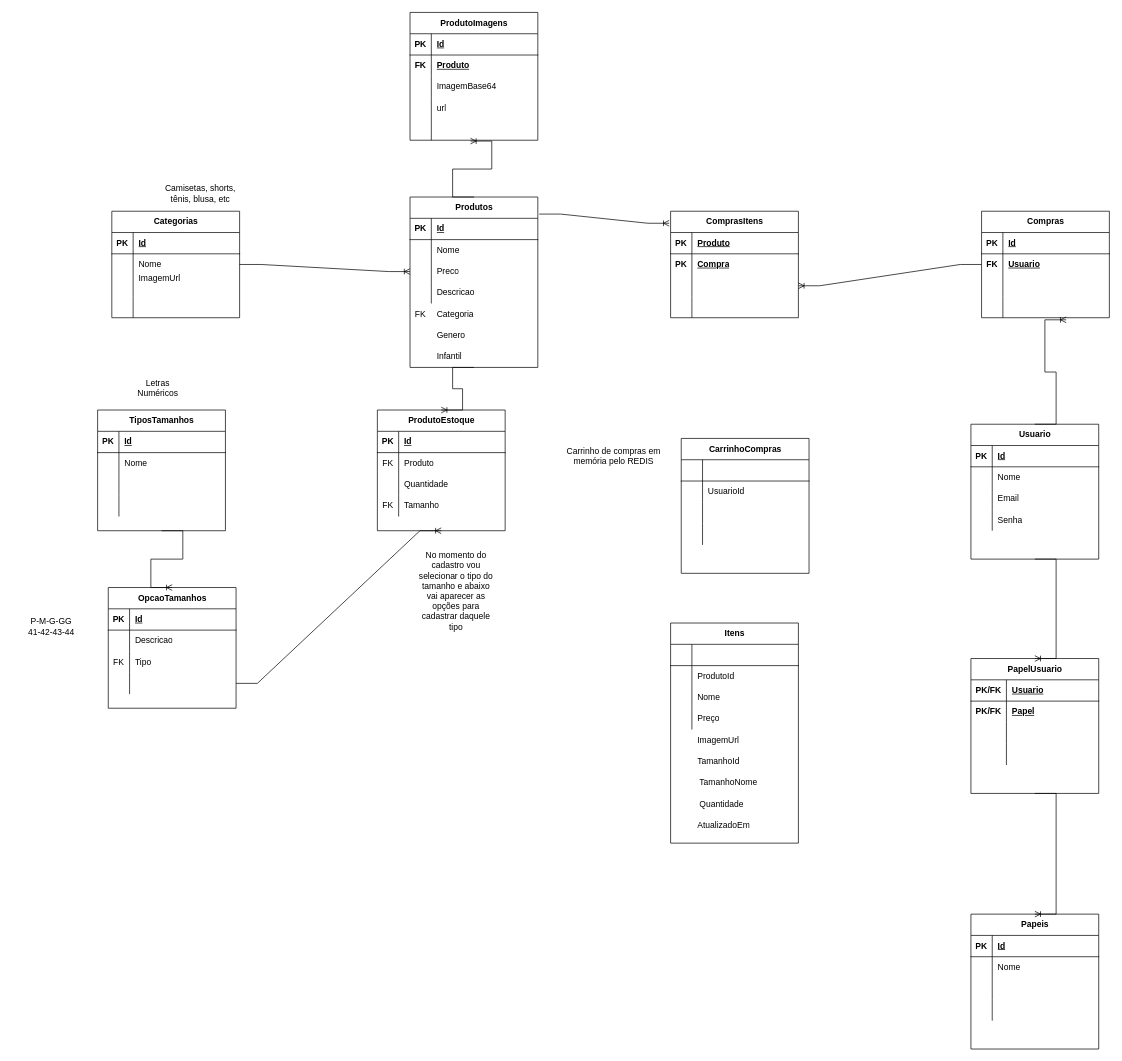
Earlier version of the draw.io diagram DER.drawio (Antonio-Zago/EcommerceModelo). Source tidied: cells renumbered, new cells numbered last; positions are measured from the earlier drawing's top-left corner, leaving out a move shared by most shapes. Both pictures are drawn from the tidied source at 71%, with x=0, y=0 at pixel (12, 12).
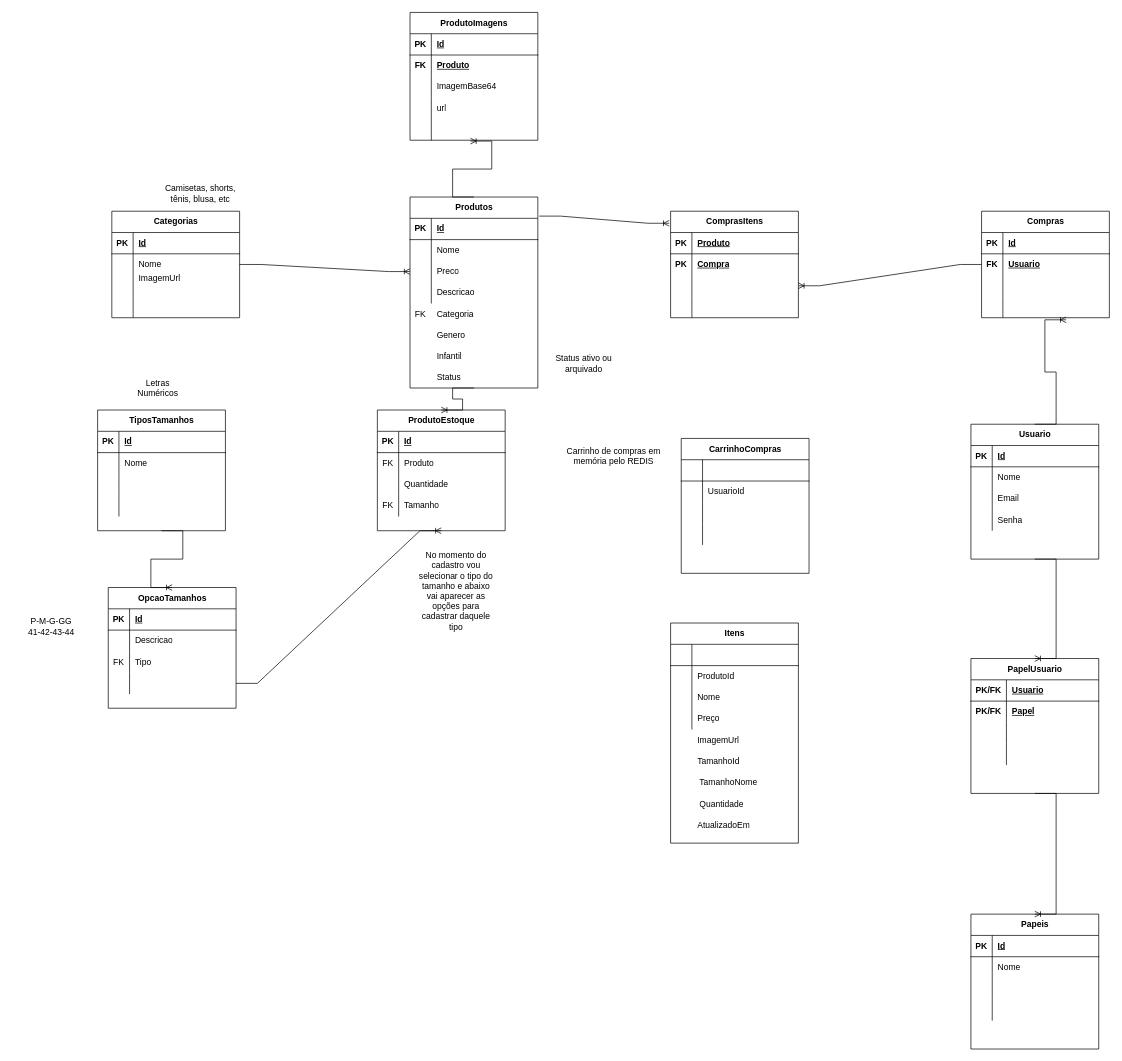
The same diagram, later.

Change to the diagram source:
```diff
@@
     <mxCell id="2" value="Produtos" style="shape=table;startSize=30;childLayout=tableLayout;rowLines=0;fontStyle=1;align=center;html=1;" parent="1" vertex="1">
-      <mxGeometry x="560" y="260" width="180" height="240" as="geometry" />
+      <mxGeometry x="560" y="260" width="180" height="269" as="geometry" />
     </mxCell>
@@
+    <mxCell id="213" value="Status" style="shape=partialRectangle;fillColor=none;top=0;left=0;bottom=0;right=0;align=left;spacingLeft=6;overflow=hidden;whiteSpace=wrap;html=1;" parent="1" vertex="1">
+      <mxGeometry x="590" y="499" width="150" height="30" as="geometry" />
+    </mxCell>
+    <mxCell id="214" value="Status ativo ou arquivado" style="text;html=1;align=center;verticalAlign=middle;whiteSpace=wrap;rounded=0;" parent="1" vertex="1">
+      <mxGeometry x="750" y="470" width="110" height="50" as="geometry" />
+    </mxCell>
```
